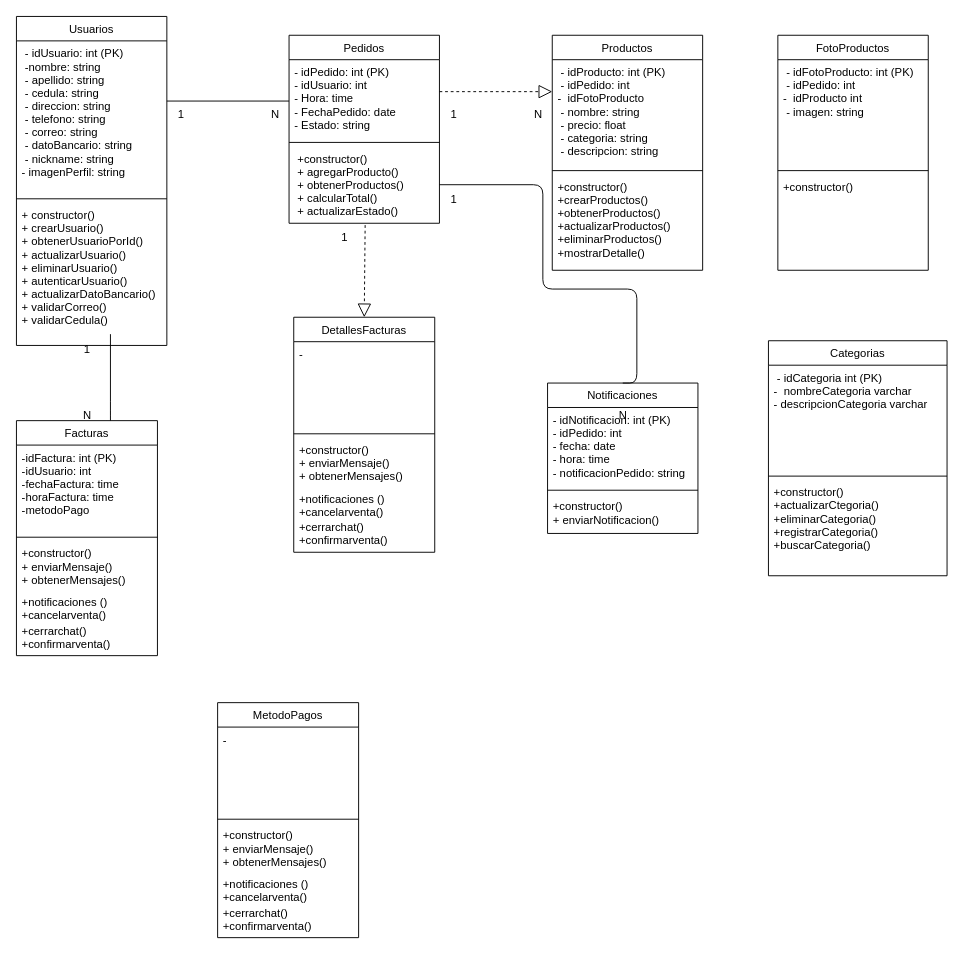
DarkJ-18/DiagramaClasesKamiapp keeps this draw.io diagram as DiagramaClasesKamiapp copy.drawio. Above is the earlier version. Source tidied: cells renumbered, new cells numbered last; positions are measured from the earlier drawing's top-left corner, leaving out a move shared by most shapes. Both pictures are drawn from the tidied source at 94%, with x=0, y=0 at pixel (16, 16).
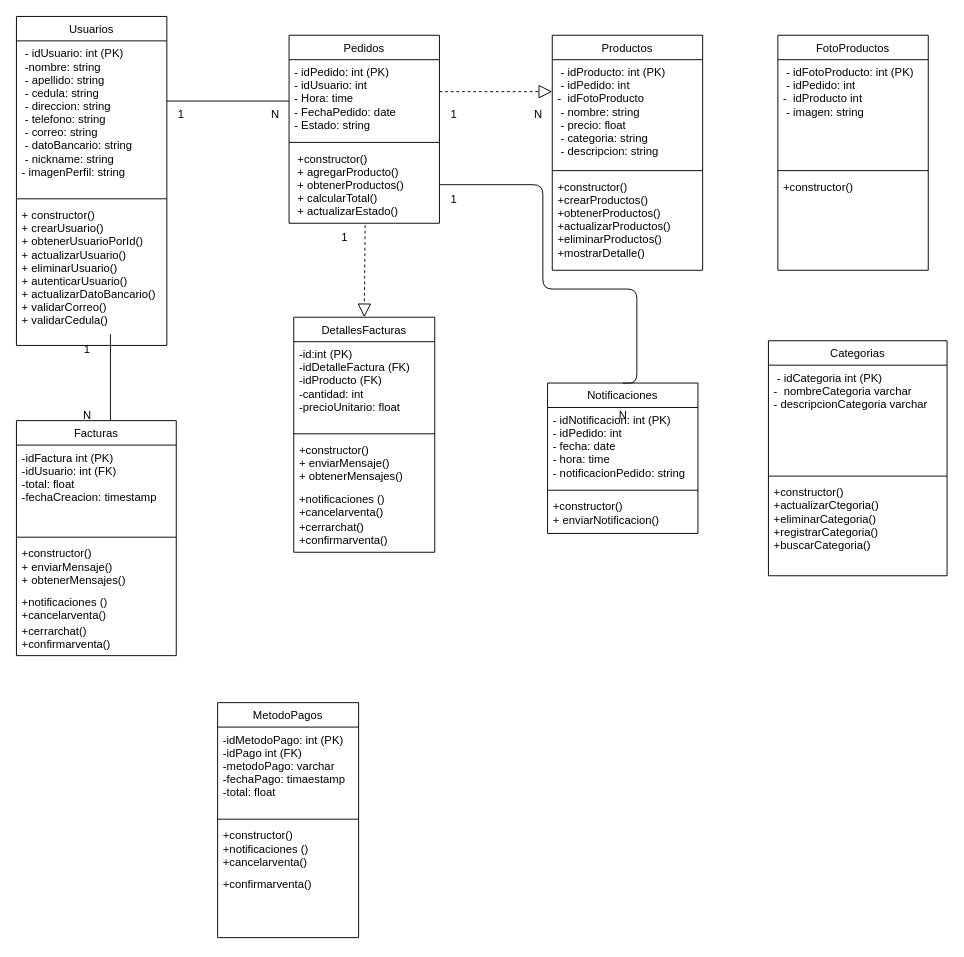
Above is the later version.

Unchanged cells that the change refers to:
```xml
<mxCell id="38" value="DetallesFacturas" style="swimlane;fontStyle=0;align=center;verticalAlign=top;horizontal=1;startSize=26;rounded=0;shadow=0;strokeWidth=1;fontSize=12;" parent="1" vertex="1">
  <mxGeometry x="295" y="320" width="150" height="250" as="geometry" />
</mxCell>
<mxCell id="44" value="MetodoPagos" style="swimlane;fontStyle=0;align=center;verticalAlign=top;horizontal=1;startSize=26;rounded=0;shadow=0;strokeWidth=1;fontSize=12;" parent="1" vertex="1">
  <mxGeometry x="214" y="730" width="150" height="250" as="geometry" />
</mxCell>
```

Diff of the diagram source:
```diff
@@
     <mxCell id="6" value="Facturas" style="swimlane;fontStyle=0;align=center;verticalAlign=top;horizontal=1;startSize=26;rounded=0;shadow=0;strokeWidth=1;fontSize=12;" parent="1" vertex="1">
-      <mxGeometry y="430" width="150" height="250" as="geometry" />
+      <mxGeometry y="430" width="170" height="250" as="geometry" />
     </mxCell>
-    <mxCell id="7" value="-idFactura: int (PK)&#10;-idUsuario: int&#10;-fechaFactura: time&#10;-horaFactura: time&#10;-metodoPago" style="text;align=left;verticalAlign=top;spacingLeft=4;spacingRight=4;overflow=hidden;fontSize=12;" parent="6" vertex="1">
-      <mxGeometry y="26" width="150" height="94" as="geometry" />
+    <mxCell id="7" value="-idFactura int (PK)&#10;-idUsuario: int (FK)&#10;-total: float&#10;-fechaCreacion: timestamp&#10;" style="text;align=left;verticalAlign=top;spacingLeft=4;spacingRight=4;overflow=hidden;fontSize=12;" parent="6" vertex="1">
+      <mxGeometry y="26" width="170" height="94" as="geometry" />
     </mxCell>
     <mxCell id="8" style="line;html=1;strokeWidth=1;align=left;verticalAlign=middle;spacingTop=-1;spacingLeft=3;spacingRight=3;labelPosition=right;fontSize=12;" parent="6" vertex="1">
-      <mxGeometry y="120" width="150" height="8" as="geometry" />
+      <mxGeometry y="120" width="170" height="8" as="geometry" />
     </mxCell>
     <mxCell id="9" value="+constructor()&#10;+ enviarMensaje()&#10;+ obtenerMensajes()" style="text;align=left;verticalAlign=top;spacingLeft=4;spacingRight=4;overflow=hidden;fontSize=12;" parent="6" vertex="1">
-      <mxGeometry y="128" width="150" height="52" as="geometry" />
+      <mxGeometry y="128" width="170" height="52" as="geometry" />
     </mxCell>
     <mxCell id="10" value="+notificaciones ()&#10;+cancelarventa()" style="text;align=left;verticalAlign=top;spacingLeft=4;spacingRight=4;overflow=hidden;fontSize=12;" parent="6" vertex="1">
-      <mxGeometry y="180" width="150" height="30" as="geometry" />
+      <mxGeometry y="180" width="170" height="30" as="geometry" />
     </mxCell>
     <mxCell id="11" value="+cerrarchat()&#10;+confirmarventa()" style="text;align=left;verticalAlign=top;spacingLeft=4;spacingRight=4;overflow=hidden;fontSize=12;" parent="6" vertex="1">
-      <mxGeometry y="210" width="150" height="40" as="geometry" />
+      <mxGeometry y="210" width="170" height="40" as="geometry" />
     </mxCell>
@@
-    <mxCell id="39" value="-" style="text;align=left;verticalAlign=top;spacingLeft=4;spacingRight=4;overflow=hidden;fontSize=12;" parent="38" vertex="1">
+    <mxCell id="39" value="-id:int (PK)&#10;-idDetalleFactura (FK)&#10;-idProducto (FK)&#10;-cantidad: int&#10;-precioUnitario: float" style="text;align=left;verticalAlign=top;spacingLeft=4;spacingRight=4;overflow=hidden;fontSize=12;" parent="38" vertex="1">
       <mxGeometry y="26" width="150" height="94" as="geometry" />
     </mxCell>
@@
-    <mxCell id="45" value="-" style="text;align=left;verticalAlign=top;spacingLeft=4;spacingRight=4;overflow=hidden;fontSize=12;" parent="44" vertex="1">
+    <mxCell id="45" value="-idMetodoPago: int (PK)&#10;-idPago int (FK)&#10;-metodoPago: varchar&#10;-fechaPago: timaestamp&#10;-total: float" style="text;align=left;verticalAlign=top;spacingLeft=4;spacingRight=4;overflow=hidden;fontSize=12;" parent="44" vertex="1">
       <mxGeometry y="26" width="150" height="94" as="geometry" />
     </mxCell>
@@
-    <mxCell id="47" value="+constructor()&#10;+ enviarMensaje()&#10;+ obtenerMensajes()" style="text;align=left;verticalAlign=top;spacingLeft=4;spacingRight=4;overflow=hidden;fontSize=12;" parent="44" vertex="1">
+    <mxCell id="47" value="+constructor()&#10;+notificaciones ()&#10;+cancelarventa()" style="text;align=left;verticalAlign=top;spacingLeft=4;spacingRight=4;overflow=hidden;fontSize=12;" parent="44" vertex="1">
       <mxGeometry y="128" width="150" height="52" as="geometry" />
     </mxCell>
-    <mxCell id="48" value="+notificaciones ()&#10;+cancelarventa()" style="text;align=left;verticalAlign=top;spacingLeft=4;spacingRight=4;overflow=hidden;fontSize=12;" parent="44" vertex="1">
-      <mxGeometry y="180" width="150" height="30" as="geometry" />
-    </mxCell>
-    <mxCell id="49" value="+cerrarchat()&#10;+confirmarventa()" style="text;align=left;verticalAlign=top;spacingLeft=4;spacingRight=4;overflow=hidden;fontSize=12;" parent="44" vertex="1">
-      <mxGeometry y="210" width="150" height="40" as="geometry" />
+    <mxCell id="49" value="+confirmarventa()" style="text;align=left;verticalAlign=top;spacingLeft=4;spacingRight=4;overflow=hidden;fontSize=12;" parent="44" vertex="1">
+      <mxGeometry y="180" width="150" height="40" as="geometry" />
     </mxCell>
```
